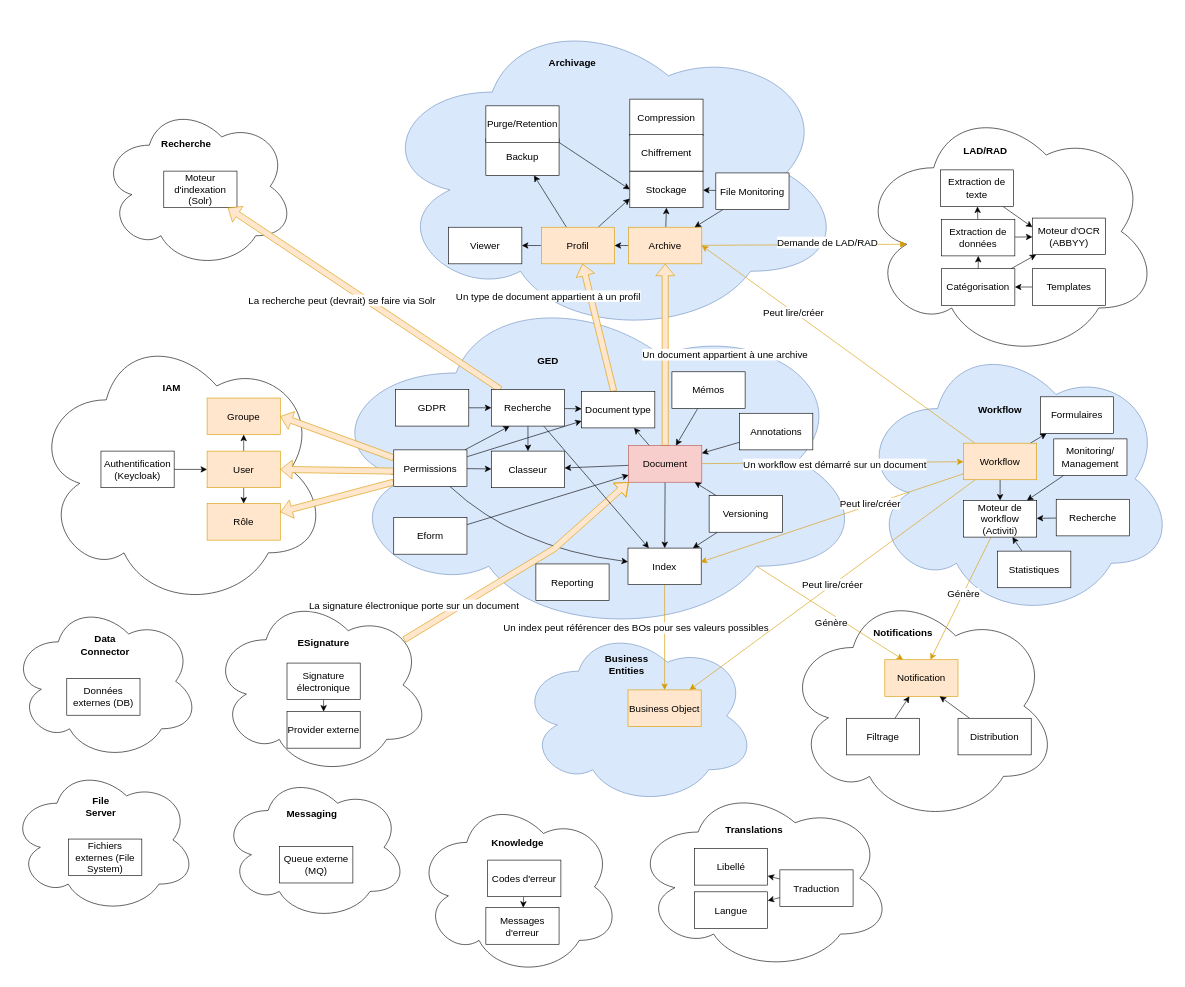
Earlier version of the draw.io diagram bounded contexts.drawio (omasseau/drawio). Source tidied: cells renumbered, new cells numbered last; positions are measured from the earlier drawing's top-left corner, leaving out a move shared by most shapes. Both pictures are drawn from the tidied source at 61%, with x=0, y=0 at pixel (10, 10).
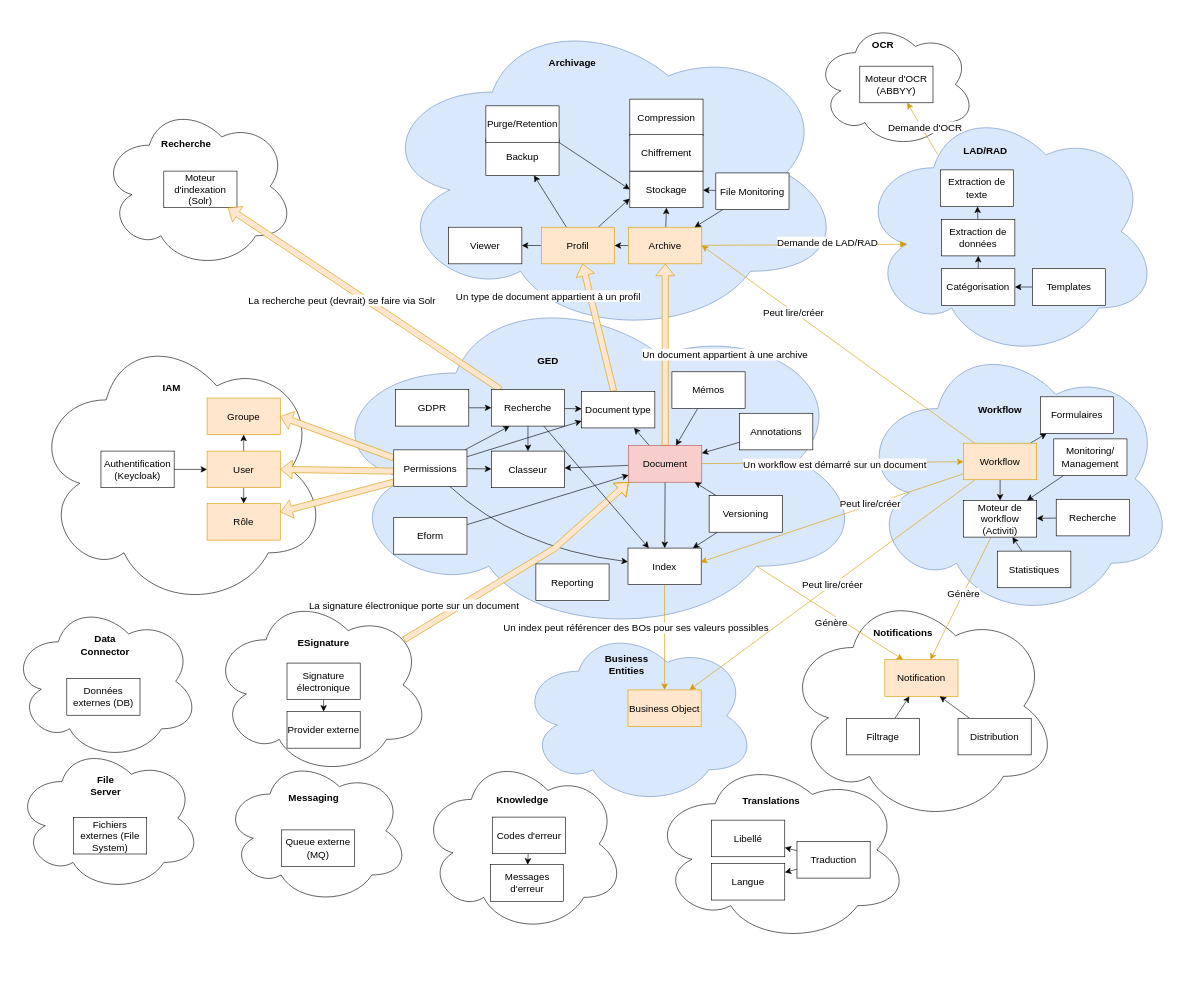
Above is the later version.

Commit message (it also covers changes not shown here):
Mettre à jour bounded contexts.drawio

The change refers to these unchanged cells:
```xml
<mxCell id="72" value="Extraction de texte" style="rounded=0;whiteSpace=wrap;html=1;fontSize=16;" parent="1" vertex="1">
  <mxGeometry x="1524.2" y="261" width="120" height="60" as="geometry" />
</mxCell>
<mxCell id="75" value="Extraction de données" style="rounded=0;whiteSpace=wrap;html=1;fontSize=16;" parent="1" vertex="1">
  <mxGeometry x="1526.2" y="342" width="120" height="60" as="geometry" />
</mxCell>
<mxCell id="78" value="Catégorisation" style="rounded=0;whiteSpace=wrap;html=1;fontSize=16;" parent="1" vertex="1">
  <mxGeometry x="1526.2" y="423" width="120" height="60" as="geometry" />
</mxCell>
```

What changed in the source:
```diff
@@
+    <mxCell id="67" style="ellipse;shape=cloud;whiteSpace=wrap;html=1;fontSize=16;fillColor=#dae8fc;strokeColor=#6c8ebf;" parent="1" vertex="1">
+      <mxGeometry x="1390.2" y="153" width="491.8" height="418" as="geometry" />
+    </mxCell>
+    <mxCell id="152" style="ellipse;shape=cloud;whiteSpace=wrap;html=1;fontSize=16;" parent="1" vertex="1">
+      <mxGeometry x="1319" y="17" width="262.4" height="208" as="geometry" />
+    </mxCell>
@@
-    <mxCell id="67" style="ellipse;shape=cloud;whiteSpace=wrap;html=1;fontSize=16;" parent="1" vertex="1">
-      <mxGeometry x="1390.2" y="153" width="491.8" height="418" as="geometry" />
-    </mxCell>
@@
-    <mxCell id="71" style="edgeStyle=none;curved=1;rounded=0;jettySize=auto;html=1;entryX=0;entryY=0.25;entryDx=0;entryDy=0;fontSize=12;startSize=8;endSize=8;" parent="1" edge="1" source="72" target="79">
-      <mxGeometry relative="1" as="geometry" />
-    </mxCell>
+    <mxCell id="153" style="edgeStyle=none;curved=1;rounded=0;jettySize=auto;html=1;fontSize=12;startSize=8;endSize=8;fillColor=#ffe6cc;strokeColor=#d79b00;exitX=0.263;exitY=0.198;exitDx=0;exitDy=0;exitPerimeter=0;" parent="1" edge="1" source="67" target="79">
+      <mxGeometry relative="1" as="geometry" />
+    </mxCell>
+    <mxCell id="154" value="Demande d'OCR" style="edgeLabel;html=1;align=center;verticalAlign=middle;fontSize=16;" parent="153" vertex="1">
+      <mxGeometry x="-0.54" y="-2" relative="1" as="geometry">
+        <mxPoint x="-11" y="-24" as="offset" />
+      </mxGeometry>
+    </mxCell>
@@
-    <mxCell id="74" style="edgeStyle=none;curved=1;rounded=0;jettySize=auto;html=1;fontSize=12;startSize=8;endSize=8;" parent="1" edge="1" source="75" target="79">
-      <mxGeometry relative="1" as="geometry" />
-    </mxCell>
@@
-    <mxCell id="76" style="edgeStyle=none;curved=1;rounded=0;jettySize=auto;html=1;fontSize=12;startSize=8;endSize=8;" parent="1" edge="1" source="78" target="79">
-      <mxGeometry relative="1" as="geometry" />
-    </mxCell>
@@
-    <mxCell id="79" value="Moteur d'OCR (ABBYY)" style="rounded=0;whiteSpace=wrap;html=1;fontSize=16;" parent="1" vertex="1">
-      <mxGeometry x="1675" y="340" width="120" height="60" as="geometry" />
-    </mxCell>
@@
     <mxCell id="91" style="ellipse;shape=cloud;whiteSpace=wrap;html=1;fontSize=16;" parent="1" vertex="1">
-      <mxGeometry y="1239" width="304" height="241" as="geometry" />
+      <mxGeometry x="8" y="1203.5" width="304" height="241" as="geometry" />
     </mxCell>
     <mxCell id="92" value="Fichiers externes (File System)" style="rounded=0;whiteSpace=wrap;html=1;fontSize=16;" parent="1" vertex="1">
-      <mxGeometry x="95" y="1358" width="120" height="60" as="geometry" />
+      <mxGeometry x="103" y="1322.5" width="120" height="60" as="geometry" />
     </mxCell>
     <mxCell id="93" value="File Server" style="text;html=1;strokeColor=none;fillColor=none;align=center;verticalAlign=middle;whiteSpace=wrap;rounded=0;fontSize=16;fontStyle=1;" parent="1" vertex="1">
-      <mxGeometry x="118" y="1290" width="60" height="30" as="geometry" />
+      <mxGeometry x="126" y="1254.5" width="60" height="30" as="geometry" />
     </mxCell>
@@
     <mxCell id="100" style="ellipse;shape=cloud;whiteSpace=wrap;html=1;fontSize=16;" parent="1" vertex="1">
-      <mxGeometry x="664" y="1290.5" width="335" height="292" as="geometry" />
+      <mxGeometry x="671.5" y="1220" width="335" height="292" as="geometry" />
     </mxCell>
@@
     <mxCell id="102" value="Codes d'erreur" style="rounded=0;whiteSpace=wrap;html=1;fontSize=16;" parent="1" vertex="1">
-      <mxGeometry x="782" y="1392.5" width="120" height="60" as="geometry" />
+      <mxGeometry x="789.5" y="1322" width="120" height="60" as="geometry" />
     </mxCell>
@@
     <mxCell id="104" value="Knowledge" style="text;html=1;strokeColor=none;fillColor=none;align=center;verticalAlign=middle;whiteSpace=wrap;rounded=0;fontSize=16;fontStyle=1;" parent="1" vertex="1">
-      <mxGeometry x="801" y="1348.5" width="60" height="30" as="geometry" />
+      <mxGeometry x="808.5" y="1278" width="60" height="30" as="geometry" />
     </mxCell>
@@
     <mxCell id="111" style="ellipse;shape=cloud;whiteSpace=wrap;html=1;fontSize=16;" parent="1" vertex="1">
-      <mxGeometry x="1021" y="1270.5" width="424" height="304" as="geometry" />
+      <mxGeometry x="1049" y="1224" width="424" height="304" as="geometry" />
     </mxCell>
@@
     <mxCell id="114" value="Traduction" style="rounded=0;whiteSpace=wrap;html=1;fontSize=16;" parent="1" vertex="1">
-      <mxGeometry x="1261" y="1408.5" width="120" height="60" as="geometry" />
+      <mxGeometry x="1289" y="1362" width="120" height="60" as="geometry" />
     </mxCell>
     <mxCell id="115" value="Translations" style="text;html=1;strokeColor=none;fillColor=none;align=center;verticalAlign=middle;whiteSpace=wrap;rounded=0;fontSize=16;fontStyle=1;" parent="1" vertex="1">
-      <mxGeometry x="1189" y="1326.5" width="60" height="30" as="geometry" />
+      <mxGeometry x="1217" y="1280" width="60" height="30" as="geometry" />
     </mxCell>
     <mxCell id="116" value="Messages d'erreur" style="rounded=0;whiteSpace=wrap;html=1;fontSize=16;" parent="1" vertex="1">
-      <mxGeometry x="779" y="1470.5" width="120" height="60" as="geometry" />
+      <mxGeometry x="786.5" y="1400" width="120" height="60" as="geometry" />
     </mxCell>
     <mxCell id="117" value="Langue" style="rounded=0;whiteSpace=wrap;html=1;fontSize=16;" parent="1" vertex="1">
-      <mxGeometry x="1121" y="1444.5" width="120" height="60" as="geometry" />
+      <mxGeometry x="1149" y="1398" width="120" height="60" as="geometry" />
     </mxCell>
     <mxCell id="118" value="Libellé" style="rounded=0;whiteSpace=wrap;html=1;fontSize=16;" parent="1" vertex="1">
-      <mxGeometry x="1121" y="1373.5" width="120" height="60" as="geometry" />
+      <mxGeometry x="1149" y="1327" width="120" height="60" as="geometry" />
     </mxCell>
@@
     <mxCell id="126" style="ellipse;shape=cloud;whiteSpace=wrap;html=1;fontSize=16;" parent="1" vertex="1">
-      <mxGeometry x="346" y="1251" width="304" height="241" as="geometry" />
+      <mxGeometry x="349" y="1224" width="304" height="241" as="geometry" />
     </mxCell>
     <mxCell id="127" value="Queue externe (MQ)" style="rounded=0;whiteSpace=wrap;html=1;fontSize=16;" parent="1" vertex="1">
-      <mxGeometry x="441" y="1370" width="120" height="60" as="geometry" />
+      <mxGeometry x="444" y="1343" width="120" height="60" as="geometry" />
     </mxCell>
     <mxCell id="128" value="Messaging" style="text;html=1;strokeColor=none;fillColor=none;align=center;verticalAlign=middle;whiteSpace=wrap;rounded=0;fontSize=16;fontStyle=1;" parent="1" vertex="1">
-      <mxGeometry x="464" y="1302" width="60" height="30" as="geometry" />
+      <mxGeometry x="467" y="1275" width="60" height="30" as="geometry" />
     </mxCell>
@@
+    <mxCell id="155" value="OCR" style="text;html=1;strokeColor=none;fillColor=none;align=center;verticalAlign=middle;whiteSpace=wrap;rounded=0;fontSize=16;fontStyle=1;" parent="1" vertex="1">
+      <mxGeometry x="1400" y="40" width="60" height="30" as="geometry" />
+    </mxCell>
+    <mxCell id="79" value="Moteur d'OCR (ABBYY)" style="rounded=0;whiteSpace=wrap;html=1;fontSize=16;" parent="1" vertex="1">
+      <mxGeometry x="1392" y="91" width="120" height="60" as="geometry" />
+    </mxCell>
```
